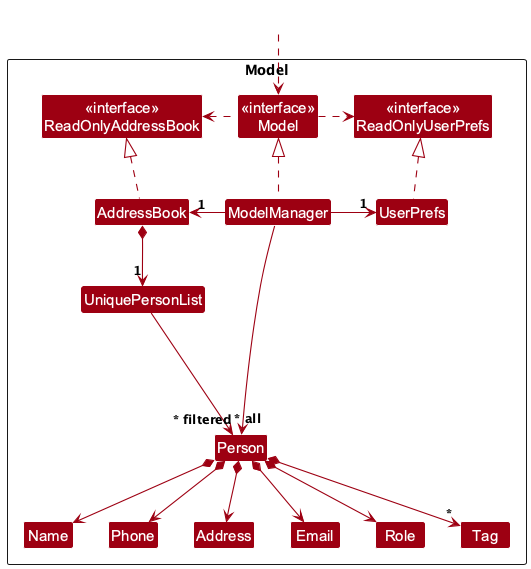
Above: docs/images/ModelClassDiagram.png in AY2627S1-CS2103T-F11-1/tp (PlantUML), before the change.
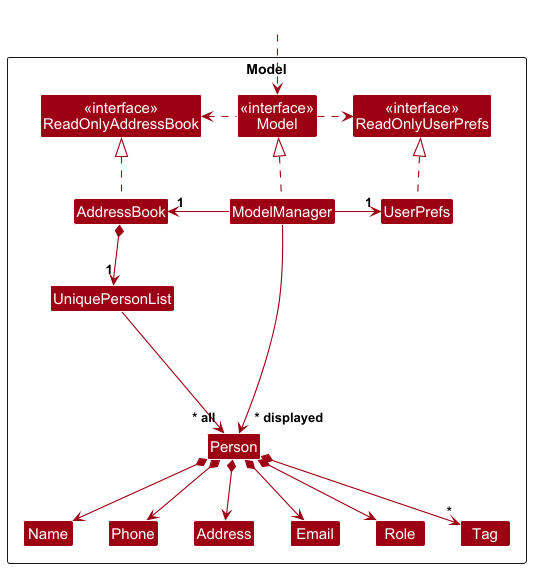
The same diagram one commit later.

Change to the diagram source:
```diff
@@ -54,5 +54,5 @@
 Email -[hidden]right-> Role
 Role -[hidden]right-> Tag
 
-ModelManager --> "~* filtered" Person
+ModelManager --> "~* displayed" Person
 @enduml
```
